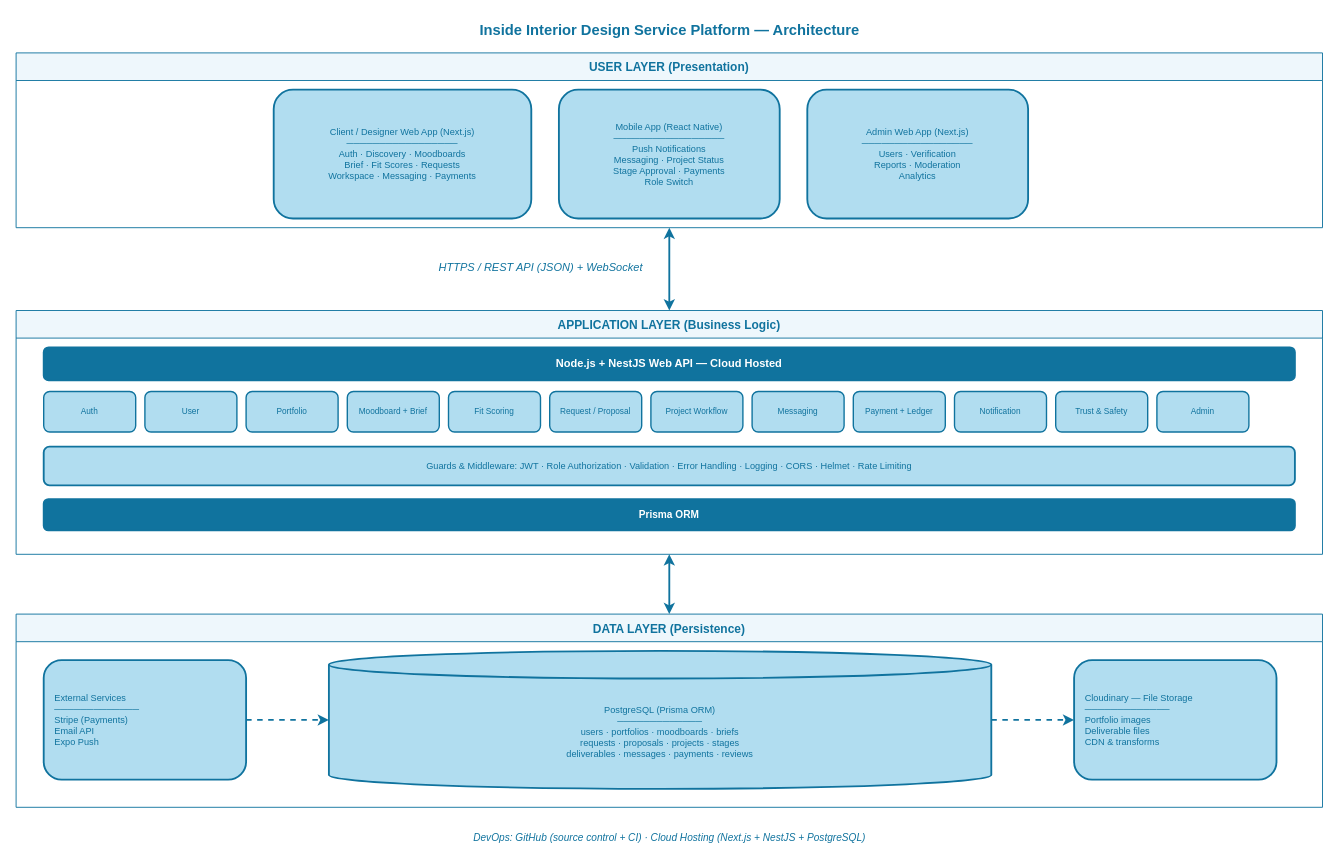
Before: docs/Proposal/diagrams/Detailed AD.drawio in MNSBaanu/Inside, a draw.io diagram. Source tidied: cells renumbered, new cells numbered last; positions are measured from the earlier drawing's top-left corner, leaving out a move shared by most shapes. Both pictures are drawn from the tidied source at 92%, with x=0, y=0 at pixel (16, 16).
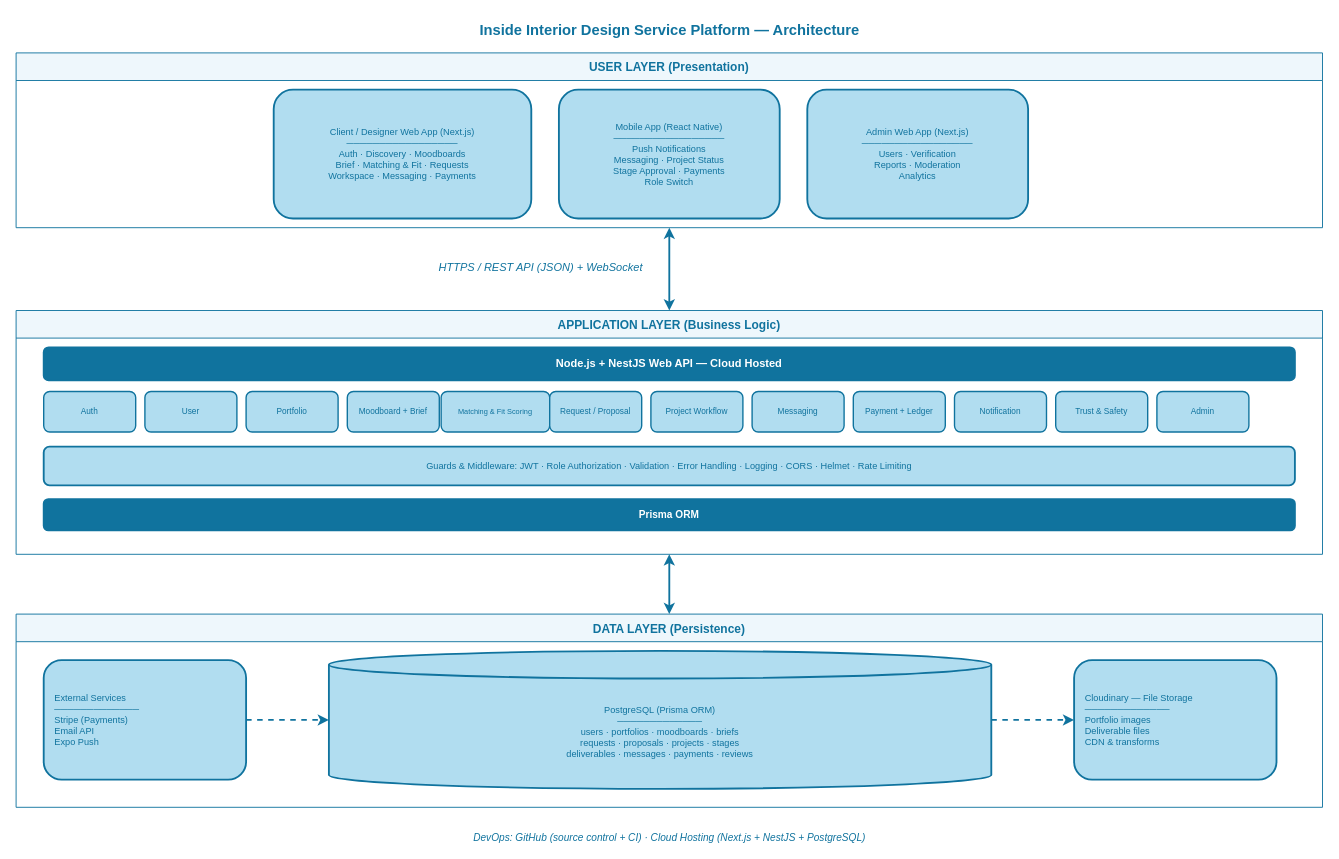
After the change.

Commit message (it also covers changes not shown here):
docs(proposal): Update architecture diagrams to reflect marketplace features

- Revise architecture diagrams to change references from "Interior Design Service Platform" to "Interior Design Service Marketplace."
- Update feature descriptions to include "Matching & Fit Scoring" instead of "Fit Scoring" for clarity and consistency across documentation.
- Ensure all diagrams align with the latest project specifications and enhance the overall visual representation of the system's architecture.

The change refers to these unchanged cells:
```xml
<mxCell id="3" value="USER LAYER (Presentation)" style="swimlane;startSize=30;fillColor=#eef7fc;strokeColor=#10739e;fontStyle=1;fontSize=13;fontColor=#10739e;" parent="1" vertex="1">
  <mxGeometry y="40" width="1420" height="190" as="geometry" />
</mxCell>
<mxCell id="8" value="APPLICATION LAYER (Business Logic)" style="swimlane;startSize=30;fillColor=#eef7fc;strokeColor=#10739e;fontStyle=1;fontSize=13;fontColor=#10739e;" parent="1" vertex="1">
  <mxGeometry y="320" width="1420" height="265" as="geometry" />
</mxCell>
```

What changed in the source:
```diff
@@
-    <mxCell id="4" value="Client / Designer Web App (Next.js)&lt;br&gt;─────────────────&lt;br&gt;Auth · Discovery · Moodboards&lt;br&gt;Brief · Fit Scores · Requests&lt;br&gt;Workspace · Messaging · Payments" style="rounded=1;whiteSpace=wrap;html=1;fillColor=#b1ddf0;strokeColor=#10739e;strokeWidth=2;align=center;fontSize=10;fontColor=#10739e;" parent="3" vertex="1">
+    <mxCell id="4" value="Client / Designer Web App (Next.js)&lt;br&gt;─────────────────&lt;br&gt;Auth · Discovery · Moodboards&lt;br&gt;Brief · Matching &amp; Fit · Requests&lt;br&gt;Workspace · Messaging · Payments" style="rounded=1;whiteSpace=wrap;html=1;fillColor=#b1ddf0;strokeColor=#10739e;strokeWidth=2;align=center;fontSize=10;fontColor=#10739e;" parent="3" vertex="1">
       <mxGeometry x="280" y="40" width="280" height="140" as="geometry" />
     </mxCell>
@@
-    <mxCell id="14" value="Fit Scoring" style="rounded=1;whiteSpace=wrap;html=1;fillColor=#b1ddf0;strokeColor=#10739e;strokeWidth=1.5;fontSize=9;fontColor=#10739e;" parent="8" vertex="1">
-      <mxGeometry x="470" y="88" width="100" height="44" as="geometry" />
+    <mxCell id="14" value="Matching &amp; Fit Scoring" style="rounded=1;whiteSpace=wrap;html=1;fillColor=#b1ddf0;strokeColor=#10739e;strokeWidth=1.5;fontSize=8;fontColor=#10739e;" parent="8" vertex="1">
+      <mxGeometry x="462" y="88" width="118" height="44" as="geometry" />
     </mxCell>
```
